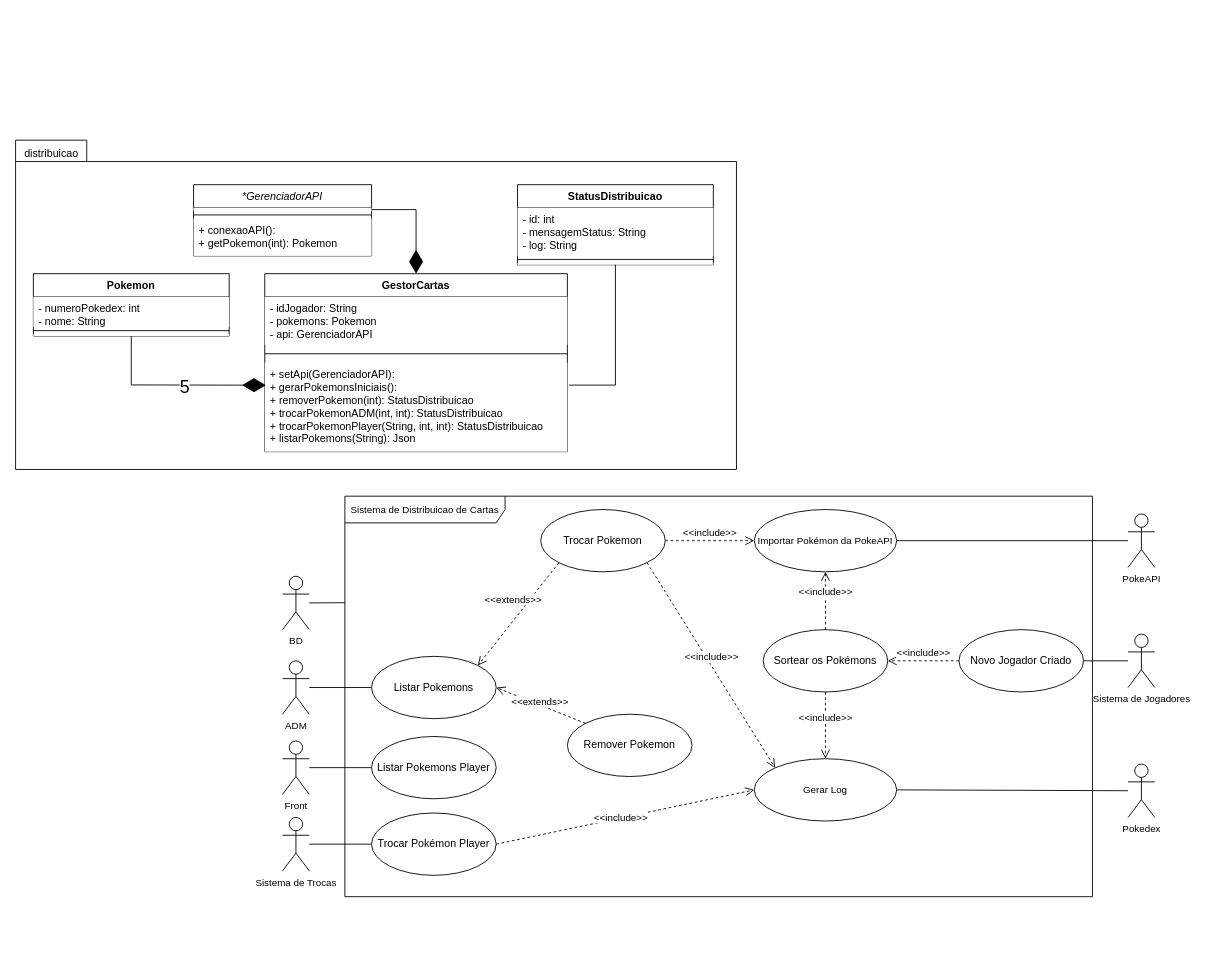
Inatel-S03-2025-2/distribuicao-de-cartas keeps this draw.io diagram as documentacao/UML/UML_tema_2.drawio. Above is the earlier version. Source tidied: cells renumbered, new cells numbered last; positions are measured from the earlier drawing's top-left corner, leaving out a move shared by most shapes. Both pictures are drawn from the tidied source at 89%, with x=0, y=0 at pixel (15, 140).
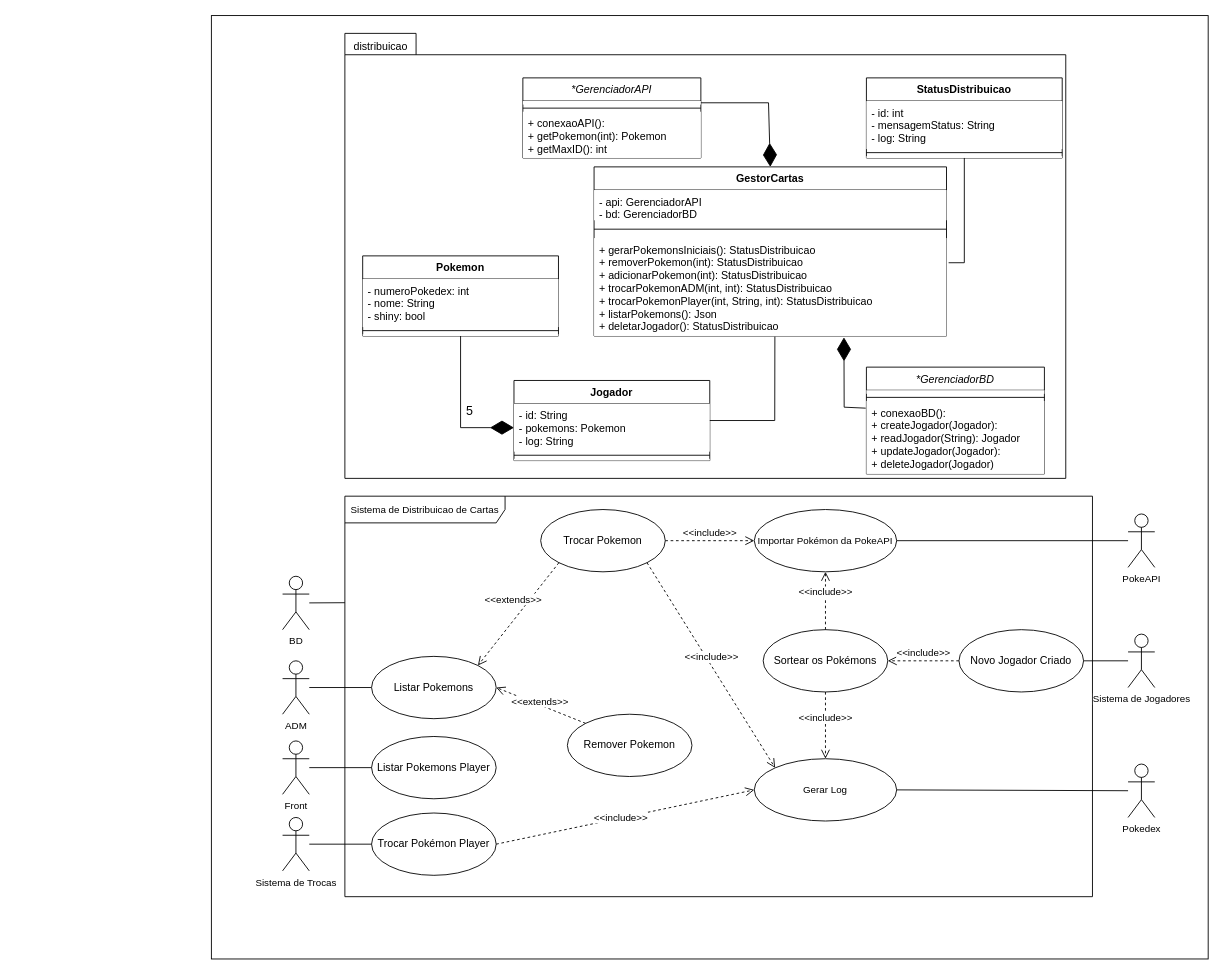
The same page after the edit.

What changed in the source:
```diff
@@
+    <mxCell id="56" style="rounded=0;whiteSpace=wrap;html=1;" parent="1" vertex="1">
+      <mxGeometry x="220" y="-140" width="1120" height="1060" as="geometry" />
+    </mxCell>
@@
-    <mxCell id="3" style="shape=folder;fontStyle=1;spacingTop=10;tabWidth=80;tabHeight=24;tabPosition=left;html=1;whiteSpace=wrap;" parent="1" vertex="1">
-      <mxGeometry width="810" height="370" as="geometry" />
-    </mxCell>
@@
-    <mxCell id="24" value="GestorCartas" style="swimlane;fontStyle=1;align=center;verticalAlign=top;horizontal=1;startSize=26;whiteSpace=wrap;html=1;" parent="1" vertex="1">
-      <mxGeometry x="280" y="150" width="340" height="200" as="geometry" />
-    </mxCell>
-    <mxCell id="25" value="&lt;div&gt;- idJogador: String&lt;/div&gt;- pokemons: Pokemon&lt;div&gt;- api: GerenciadorAPI&lt;/div&gt;" style="text;align=left;verticalAlign=top;spacingLeft=4;spacingRight=4;overflow=hidden;whiteSpace=wrap;html=1;fillColor=default;" parent="24" vertex="1">
-      <mxGeometry y="26" width="340" height="54" as="geometry" />
-    </mxCell>
-    <mxCell id="26" style="line;strokeWidth=1;fillColor=none;align=left;verticalAlign=middle;spacingTop=-1;spacingLeft=3;spacingRight=3;labelPosition=right;strokeColor=inherit;" parent="24" vertex="1">
-      <mxGeometry y="80" width="340" height="20" as="geometry" />
-    </mxCell>
-    <mxCell id="27" value="+ setApi(GerenciadorAPI):&lt;br&gt;+ gerarPokemonsIniciais():&lt;br&gt;&lt;div&gt;&lt;span style=&quot;background-color: transparent; color: light-dark(rgb(0, 0, 0), rgb(255, 255, 255));&quot;&gt;+&lt;/span&gt;&lt;span style=&quot;background-color: transparent; color: light-dark(rgb(0, 0, 0), rgb(255, 255, 255));&quot;&gt;&amp;nbsp;&lt;/span&gt;removerPokemon(int): StatusDistribuicao&lt;/div&gt;&lt;div&gt;&lt;span style=&quot;background-color: transparent; color: light-dark(rgb(0, 0, 0), rgb(255, 255, 255));&quot;&gt;+&lt;/span&gt;&lt;span style=&quot;background-color: transparent; color: light-dark(rgb(0, 0, 0), rgb(255, 255, 255));&quot;&gt;&amp;nbsp;&lt;/span&gt;trocarPokemonADM(int, int):&amp;nbsp;&lt;span style=&quot;background-color: transparent; color: light-dark(rgb(0, 0, 0), rgb(255, 255, 255));&quot;&gt;StatusDistribuicao&lt;/span&gt;&lt;/div&gt;&lt;div&gt;&lt;span style=&quot;background-color: transparent; color: light-dark(rgb(0, 0, 0), rgb(255, 255, 255));&quot;&gt;+&lt;/span&gt;&lt;span style=&quot;background-color: transparent; color: light-dark(rgb(0, 0, 0), rgb(255, 255, 255));&quot;&gt;&amp;nbsp;&lt;/span&gt;trocarPokemonPlayer(String, int, int):&amp;nbsp;&lt;span style=&quot;background-color: transparent; color: light-dark(rgb(0, 0, 0), rgb(255, 255, 255));&quot;&gt;StatusDistribuicao&lt;/span&gt;&lt;/div&gt;&lt;div&gt;&lt;span style=&quot;background-color: transparent; color: light-dark(rgb(0, 0, 0), rgb(255, 255, 255));&quot;&gt;+&lt;/span&gt;&lt;span style=&quot;background-color: transparent; color: light-dark(rgb(0, 0, 0), rgb(255, 255, 255));&quot;&gt;&amp;nbsp;&lt;/span&gt;&lt;span style=&quot;background-color: transparent; color: light-dark(rgb(0, 0, 0), rgb(255, 255, 255));&quot;&gt;listarPokemons(String): Json&lt;/span&gt;&lt;/div&gt;&lt;div&gt;&lt;br&gt;&lt;/div&gt;" style="text;align=left;verticalAlign=top;spacingLeft=4;spacingRight=4;overflow=hidden;points=[[0,0.5],[1,0.5]];portConstraint=eastwest;whiteSpace=wrap;html=1;fillColor=default;" parent="24" vertex="1">
-      <mxGeometry y="100" width="340" height="100" as="geometry" />
-    </mxCell>
-    <mxCell id="28" value="&lt;span style=&quot;font-weight: 400;&quot;&gt;&lt;i&gt;*GerenciadorAPI&lt;/i&gt;&lt;/span&gt;" style="swimlane;fontStyle=1;align=center;verticalAlign=top;horizontal=1;startSize=26;whiteSpace=wrap;html=1;" parent="1" vertex="1">
-      <mxGeometry x="200" y="50" width="200" height="80" as="geometry" />
-    </mxCell>
-    <mxCell id="29" style="text;align=left;verticalAlign=top;spacingLeft=4;spacingRight=4;overflow=hidden;points=[[0,0.5],[1,0.5]];portConstraint=eastwest;whiteSpace=wrap;html=1;fillColor=default;" parent="28" vertex="1">
-      <mxGeometry y="26" width="200" height="4" as="geometry" />
-    </mxCell>
-    <mxCell id="30" style="line;strokeWidth=1;fillColor=none;align=left;verticalAlign=middle;spacingTop=-1;spacingLeft=3;spacingRight=3;labelPosition=right;strokeColor=inherit;" parent="28" vertex="1">
-      <mxGeometry y="30" width="200" height="8" as="geometry" />
-    </mxCell>
-    <mxCell id="31" value="+&amp;nbsp;conexaoAPI():&lt;br&gt;&lt;div&gt;&lt;span style=&quot;background-color: transparent; color: light-dark(rgb(0, 0, 0), rgb(255, 255, 255));&quot;&gt;+&lt;/span&gt;&lt;span style=&quot;background-color: transparent; color: light-dark(rgb(0, 0, 0), rgb(255, 255, 255));&quot;&gt;&amp;nbsp;&lt;/span&gt;getPokemon(int): Pokemon&lt;/div&gt;&lt;div&gt;&lt;br&gt;&lt;/div&gt;" style="text;align=left;verticalAlign=top;spacingLeft=4;spacingRight=4;overflow=hidden;whiteSpace=wrap;html=1;fillColor=default;" parent="28" vertex="1">
-      <mxGeometry y="38" width="200" height="42" as="geometry" />
-    </mxCell>
-    <mxCell id="32" value="distribuicao" style="text;html=1;align=center;verticalAlign=middle;strokeColor=none;fillColor=none;" parent="1" vertex="1">
-      <mxGeometry width="80" height="30" as="geometry" />
-    </mxCell>
-    <mxCell id="33" value="StatusDistribuicao" style="swimlane;fontStyle=1;align=center;verticalAlign=top;horizontal=1;startSize=26;whiteSpace=wrap;html=1;" parent="1" vertex="1">
-      <mxGeometry x="564" y="50" width="220" height="90" as="geometry" />
-    </mxCell>
-    <mxCell id="34" value="- id: int&lt;div&gt;- mensagemStatus: String&lt;/div&gt;&lt;div&gt;- log: String&lt;/div&gt;" style="text;align=left;verticalAlign=top;spacingLeft=4;spacingRight=4;overflow=hidden;whiteSpace=wrap;html=1;fillColor=default;" parent="33" vertex="1">
-      <mxGeometry y="26" width="220" height="54" as="geometry" />
-    </mxCell>
-    <mxCell id="35" style="line;strokeWidth=1;fillColor=none;align=left;verticalAlign=middle;spacingTop=-1;spacingLeft=3;spacingRight=3;labelPosition=right;strokeColor=inherit;" parent="33" vertex="1">
-      <mxGeometry y="80" width="220" height="8" as="geometry" />
-    </mxCell>
-    <mxCell id="36" value="&lt;div&gt;&lt;br&gt;&lt;/div&gt;" style="text;align=left;verticalAlign=top;spacingLeft=4;spacingRight=4;overflow=hidden;whiteSpace=wrap;html=1;fillColor=default;" parent="33" vertex="1">
-      <mxGeometry y="88" width="220" height="2" as="geometry" />
-    </mxCell>
@@
-    <mxCell id="48" style="endArrow=diamondThin;endFill=1;endSize=24;html=1;rounded=0;exitX=0.5;exitY=1;exitDx=0;exitDy=0;entryX=0.004;entryY=0.253;entryDx=0;entryDy=0;entryPerimeter=0;" parent="1" edge="1" source="50" target="27">
-      <mxGeometry relative="1" as="geometry">
-        <Array as="points">
-          <mxPoint x="130" y="275" />
-        </Array>
-      </mxGeometry>
-    </mxCell>
+    <mxCell id="57" style="shape=folder;fontStyle=1;spacingTop=10;tabWidth=80;tabHeight=24;tabPosition=left;html=1;whiteSpace=wrap;" parent="1" vertex="1">
+      <mxGeometry x="370" y="-120" width="810" height="500" as="geometry" />
+    </mxCell>
+    <mxCell id="24" value="GestorCartas" style="swimlane;fontStyle=1;align=center;verticalAlign=top;horizontal=1;startSize=26;whiteSpace=wrap;html=1;" parent="1" vertex="1">
+      <mxGeometry x="650" y="30" width="396" height="190" as="geometry" />
+    </mxCell>
+    <mxCell id="58" value="&lt;div&gt;&lt;span style=&quot;background-color: transparent; color: light-dark(rgb(0, 0, 0), rgb(255, 255, 255));&quot;&gt;- api: GerenciadorAPI&lt;/span&gt;&lt;/div&gt;&lt;div&gt;&lt;span&gt;- bd: GerenciadorBD&lt;/span&gt;&lt;/div&gt;" style="text;align=left;verticalAlign=top;spacingLeft=4;spacingRight=4;overflow=hidden;whiteSpace=wrap;html=1;fillColor=default;fontStyle=0;" parent="24" vertex="1">
+      <mxGeometry y="26" width="396" height="34" as="geometry" />
+    </mxCell>
+    <mxCell id="59" style="line;strokeWidth=1;fillColor=none;align=left;verticalAlign=middle;spacingTop=-1;spacingLeft=3;spacingRight=3;labelPosition=right;strokeColor=inherit;" parent="24" vertex="1">
+      <mxGeometry y="60" width="396" height="20" as="geometry" />
+    </mxCell>
+    <mxCell id="60" value="+ gerarPokemonsIniciais(): &lt;span&gt;StatusDistribuicao&lt;/span&gt;&lt;br&gt;&lt;div&gt;&lt;span style=&quot;background-color: transparent; color: light-dark(rgb(0, 0, 0), rgb(255, 255, 255));&quot;&gt;+&lt;/span&gt;&lt;span style=&quot;background-color: transparent; color: light-dark(rgb(0, 0, 0), rgb(255, 255, 255));&quot;&gt;&amp;nbsp;&lt;/span&gt;removerPokemon(&lt;span style=&quot;background-color: transparent; color: light-dark(rgb(0, 0, 0), rgb(255, 255, 255));&quot;&gt;int): StatusDistribuicao&lt;/span&gt;&lt;/div&gt;&lt;div&gt;&lt;span&gt;+ adicionarPokemon(&lt;/span&gt;&lt;span style=&quot;background-color: transparent; color: light-dark(rgb(0, 0, 0), rgb(255, 255, 255));&quot;&gt;int):&amp;nbsp;&lt;span style=&quot;background-color: transparent; color: light-dark(rgb(0, 0, 0), rgb(255, 255, 255));&quot;&gt;StatusDistribuicao&lt;/span&gt;&lt;/span&gt;&lt;/div&gt;&lt;div&gt;&lt;span style=&quot;background-color: transparent; color: light-dark(rgb(0, 0, 0), rgb(255, 255, 255));&quot;&gt;+&lt;/span&gt;&lt;span style=&quot;background-color: transparent; color: light-dark(rgb(0, 0, 0), rgb(255, 255, 255));&quot;&gt;&amp;nbsp;&lt;/span&gt;trocarPokemonADM(&lt;span style=&quot;background-color: transparent; color: light-dark(rgb(0, 0, 0), rgb(255, 255, 255));&quot;&gt;int, int):&amp;nbsp;&lt;/span&gt;&lt;span style=&quot;background-color: transparent; color: light-dark(rgb(0, 0, 0), rgb(255, 255, 255));&quot;&gt;StatusDistribuicao&lt;/span&gt;&lt;/div&gt;&lt;div&gt;&lt;span style=&quot;background-color: transparent; color: light-dark(rgb(0, 0, 0), rgb(255, 255, 255));&quot;&gt;+&lt;/span&gt;&lt;span style=&quot;background-color: transparent; color: light-dark(rgb(0, 0, 0), rgb(255, 255, 255));&quot;&gt;&amp;nbsp;&lt;/span&gt;trocarPokemonPlayer(int,&amp;nbsp;&lt;span style=&quot;background-color: transparent; color: light-dark(rgb(0, 0, 0), rgb(255, 255, 255));&quot;&gt;&lt;span&gt;String&lt;/span&gt;,&amp;nbsp;&lt;/span&gt;&lt;span style=&quot;background-color: transparent; color: light-dark(rgb(0, 0, 0), rgb(255, 255, 255));&quot;&gt;int):&amp;nbsp;&lt;/span&gt;&lt;span style=&quot;background-color: transparent; color: light-dark(rgb(0, 0, 0), rgb(255, 255, 255));&quot;&gt;StatusDistribuicao&lt;/span&gt;&lt;/div&gt;&lt;div&gt;&lt;span style=&quot;background-color: transparent; color: light-dark(rgb(0, 0, 0), rgb(255, 255, 255));&quot;&gt;+&lt;/span&gt;&lt;span style=&quot;background-color: transparent; color: light-dark(rgb(0, 0, 0), rgb(255, 255, 255));&quot;&gt;&amp;nbsp;&lt;/span&gt;&lt;span style=&quot;background-color: transparent; color: light-dark(rgb(0, 0, 0), rgb(255, 255, 255));&quot;&gt;listarPokemons(): Json&lt;br&gt;+ deletarJogador(): StatusDistribuicao&lt;/span&gt;&lt;/div&gt;&lt;div&gt;&lt;br&gt;&lt;/div&gt;" style="text;align=left;verticalAlign=top;spacingLeft=4;spacingRight=4;overflow=hidden;points=[[0,0.5],[1,0.5]];portConstraint=eastwest;whiteSpace=wrap;html=1;fillColor=default;fontStyle=0;" parent="24" vertex="1">
+      <mxGeometry y="80" width="396" height="110" as="geometry" />
+    </mxCell>
+    <mxCell id="28" value="&lt;span style=&quot;font-weight: 400;&quot;&gt;&lt;i&gt;*GerenciadorAPI&lt;/i&gt;&lt;/span&gt;" style="swimlane;fontStyle=1;align=center;verticalAlign=top;horizontal=1;startSize=26;whiteSpace=wrap;html=1;" parent="1" vertex="1">
+      <mxGeometry x="570" y="-70" width="200" height="90" as="geometry" />
+    </mxCell>
+    <mxCell id="61" style="text;align=left;verticalAlign=top;spacingLeft=4;spacingRight=4;overflow=hidden;points=[[0,0.5],[1,0.5]];portConstraint=eastwest;whiteSpace=wrap;html=1;fillColor=default;" parent="28" vertex="1">
+      <mxGeometry y="26" width="200" height="4" as="geometry" />
+    </mxCell>
+    <mxCell id="62" style="line;strokeWidth=1;fillColor=none;align=left;verticalAlign=middle;spacingTop=-1;spacingLeft=3;spacingRight=3;labelPosition=right;strokeColor=inherit;" parent="28" vertex="1">
+      <mxGeometry y="30" width="200" height="8" as="geometry" />
+    </mxCell>
+    <mxCell id="63" value="+&amp;nbsp;conexaoAPI():&lt;br&gt;&lt;div&gt;&lt;span style=&quot;background-color: transparent; color: light-dark(rgb(0, 0, 0), rgb(255, 255, 255));&quot;&gt;+&lt;/span&gt;&lt;span style=&quot;background-color: transparent; color: light-dark(rgb(0, 0, 0), rgb(255, 255, 255));&quot;&gt;&amp;nbsp;&lt;/span&gt;getPokemon(int): Pokemon&lt;/div&gt;&lt;div&gt;&lt;span&gt;+ getMaxID(): int&lt;/span&gt;&lt;/div&gt;" style="text;align=left;verticalAlign=top;spacingLeft=4;spacingRight=4;overflow=hidden;whiteSpace=wrap;html=1;fillColor=default;fontStyle=0;" parent="28" vertex="1">
+      <mxGeometry y="38" width="200" height="52" as="geometry" />
+    </mxCell>
+    <mxCell id="32" value="distribuicao" style="text;html=1;align=center;verticalAlign=middle;strokeColor=none;fillColor=none;" parent="1" vertex="1">
+      <mxGeometry x="370" y="-120" width="80" height="30" as="geometry" />
+    </mxCell>
+    <mxCell id="33" value="StatusDistribuicao" style="swimlane;fontStyle=1;align=center;verticalAlign=top;horizontal=1;startSize=26;whiteSpace=wrap;html=1;" parent="1" vertex="1">
+      <mxGeometry x="956" y="-70" width="220" height="90" as="geometry" />
+    </mxCell>
+    <mxCell id="34" value="- id: int&lt;div&gt;- mensagemStatus: String&lt;/div&gt;&lt;div&gt;- log: String&lt;/div&gt;" style="text;align=left;verticalAlign=top;spacingLeft=4;spacingRight=4;overflow=hidden;whiteSpace=wrap;html=1;fillColor=default;" parent="33" vertex="1">
+      <mxGeometry y="26" width="220" height="54" as="geometry" />
+    </mxCell>
+    <mxCell id="64" style="line;strokeWidth=1;fillColor=none;align=left;verticalAlign=middle;spacingTop=-1;spacingLeft=3;spacingRight=3;labelPosition=right;strokeColor=inherit;" parent="33" vertex="1">
+      <mxGeometry y="80" width="220" height="8" as="geometry" />
+    </mxCell>
+    <mxCell id="65" value="&lt;div&gt;&lt;br&gt;&lt;/div&gt;" style="text;align=left;verticalAlign=top;spacingLeft=4;spacingRight=4;overflow=hidden;whiteSpace=wrap;html=1;fillColor=default;" parent="33" vertex="1">
+      <mxGeometry y="88" width="220" height="2" as="geometry" />
+    </mxCell>
+    <mxCell id="66" style="endArrow=diamondThin;endFill=1;endSize=24;html=1;rounded=0;exitX=0.5;exitY=1;exitDx=0;exitDy=0;entryX=0;entryY=0.5;entryDx=0;entryDy=0;" parent="1" edge="1" source="50" target="73">
+      <mxGeometry relative="1" as="geometry">
+        <Array as="points">
+          <mxPoint x="500" y="323" />
+        </Array>
+      </mxGeometry>
+    </mxCell>
-    <mxCell id="49" value="5" style="edgeLabel;html=1;align=center;verticalAlign=middle;fontSize=20;" parent="48" vertex="1">
+    <mxCell id="49" value="5" style="edgeLabel;html=1;align=center;verticalAlign=middle;fontSize=14;" parent="66" vertex="1">
       <mxGeometry x="0.02" y="-1" relative="1" as="geometry">
         <mxPoint x="10" as="offset" />
       </mxGeometry>
     </mxCell>
     <mxCell id="50" value="Pokemon" style="swimlane;fontStyle=1;align=center;verticalAlign=top;horizontal=1;startSize=26;whiteSpace=wrap;html=1;" parent="1" vertex="1">
-      <mxGeometry x="20" y="150" width="220" height="70" as="geometry" />
+      <mxGeometry x="390" y="130" width="220" height="90" as="geometry" />
     </mxCell>
-    <mxCell id="51" value="- numeroPokedex: int&lt;div&gt;- nome: String&lt;/div&gt;" style="text;align=left;verticalAlign=top;spacingLeft=4;spacingRight=4;overflow=hidden;whiteSpace=wrap;html=1;fillColor=default;" parent="50" vertex="1">
-      <mxGeometry y="26" width="220" height="34" as="geometry" />
-    </mxCell>
-    <mxCell id="52" style="line;strokeWidth=1;fillColor=none;align=left;verticalAlign=middle;spacingTop=-1;spacingLeft=3;spacingRight=3;labelPosition=right;strokeColor=inherit;" parent="50" vertex="1">
-      <mxGeometry y="60" width="220" height="8" as="geometry" />
-    </mxCell>
-    <mxCell id="53" value="&lt;div&gt;&lt;br&gt;&lt;/div&gt;" style="text;align=left;verticalAlign=top;spacingLeft=4;spacingRight=4;overflow=hidden;whiteSpace=wrap;html=1;fillColor=default;" parent="50" vertex="1">
-      <mxGeometry y="68" width="220" height="2" as="geometry" />
-    </mxCell>
-    <mxCell id="54" style="endArrow=diamondThin;endFill=1;endSize=24;html=1;rounded=0;entryX=0.5;entryY=0;entryDx=0;entryDy=0;exitX=1;exitY=0.5;exitDx=0;exitDy=0;" parent="1" edge="1" source="29" target="24">
-      <mxGeometry relative="1" as="geometry">
-        <Array as="points">
-          <mxPoint x="450" y="78" />
-        </Array>
-      </mxGeometry>
-    </mxCell>
-    <mxCell id="55" style="edgeStyle=orthogonalEdgeStyle;rounded=0;jettySize=auto;html=1;exitX=0.5;exitY=1;exitDx=0;exitDy=0;entryX=1.006;entryY=0.252;entryDx=0;entryDy=0;entryPerimeter=0;endArrow=none;startFill=0;" parent="1" edge="1" source="33" target="27">
-      <mxGeometry relative="1" as="geometry" />
-    </mxCell>
+    <mxCell id="67" value="- numeroPokedex: int&lt;div&gt;- nome: String&lt;/div&gt;&lt;div&gt;&lt;span&gt;- shiny: bool&lt;/span&gt;&lt;/div&gt;" style="text;align=left;verticalAlign=top;spacingLeft=4;spacingRight=4;overflow=hidden;whiteSpace=wrap;html=1;fillColor=default;fontStyle=0;" parent="50" vertex="1">
+      <mxGeometry y="26" width="220" height="54" as="geometry" />
+    </mxCell>
+    <mxCell id="68" style="line;strokeWidth=1;fillColor=none;align=left;verticalAlign=middle;spacingTop=-1;spacingLeft=3;spacingRight=3;labelPosition=right;strokeColor=inherit;" parent="50" vertex="1">
+      <mxGeometry y="80" width="220" height="8" as="geometry" />
+    </mxCell>
+    <mxCell id="69" value="&lt;div&gt;&lt;br&gt;&lt;/div&gt;" style="text;align=left;verticalAlign=top;spacingLeft=4;spacingRight=4;overflow=hidden;whiteSpace=wrap;html=1;fillColor=default;" parent="50" vertex="1">
+      <mxGeometry y="88" width="220" height="2" as="geometry" />
+    </mxCell>
+    <mxCell id="70" style="endArrow=diamondThin;endFill=1;endSize=24;html=1;rounded=0;entryX=0.5;entryY=0;entryDx=0;entryDy=0;exitX=1;exitY=0.5;exitDx=0;exitDy=0;" parent="1" edge="1" source="61" target="24">
+      <mxGeometry relative="1" as="geometry">
+        <Array as="points">
+          <mxPoint x="846" y="-42" />
+        </Array>
+      </mxGeometry>
+    </mxCell>
+    <mxCell id="71" style="edgeStyle=orthogonalEdgeStyle;rounded=0;jettySize=auto;html=1;exitX=0.5;exitY=1;exitDx=0;exitDy=0;entryX=1.006;entryY=0.252;entryDx=0;entryDy=0;entryPerimeter=0;endArrow=none;startFill=0;" parent="1" edge="1" source="33" target="60">
+      <mxGeometry relative="1" as="geometry" />
+    </mxCell>
+    <mxCell id="72" value="Jogador" style="swimlane;fontStyle=1;align=center;verticalAlign=top;horizontal=1;startSize=26;whiteSpace=wrap;html=1;" parent="1" vertex="1">
+      <mxGeometry x="560" y="270" width="220" height="90" as="geometry" />
+    </mxCell>
+    <mxCell id="73" value="- id: String&lt;div&gt;- pokemons: Pokemon&lt;/div&gt;&lt;div&gt;- log: String&lt;/div&gt;" style="text;align=left;verticalAlign=top;spacingLeft=4;spacingRight=4;overflow=hidden;points=[[0,0.5],[1,0.5]];portConstraint=eastwest;whiteSpace=wrap;html=1;fillColor=default;fontStyle=0;" parent="72" vertex="1">
+      <mxGeometry y="26" width="220" height="54" as="geometry" />
+    </mxCell>
+    <mxCell id="74" style="line;strokeWidth=1;fillColor=none;align=left;verticalAlign=middle;spacingTop=-1;spacingLeft=3;spacingRight=3;labelPosition=right;strokeColor=inherit;" parent="72" vertex="1">
+      <mxGeometry y="80" width="220" height="8" as="geometry" />
+    </mxCell>
+    <mxCell id="75" value="&lt;div&gt;&lt;br&gt;&lt;/div&gt;" style="text;align=left;verticalAlign=top;spacingLeft=4;spacingRight=4;overflow=hidden;whiteSpace=wrap;html=1;fillColor=default;" parent="72" vertex="1">
+      <mxGeometry y="88" width="220" height="2" as="geometry" />
+    </mxCell>
+    <mxCell id="76" style="endArrow=none;endFill=0;endSize=24;html=1;rounded=0;exitX=1;exitY=0.5;exitDx=0;exitDy=0;entryX=0.513;entryY=1.007;entryDx=0;entryDy=0;entryPerimeter=0;startFill=0;" parent="1" edge="1" source="72" target="60">
+      <mxGeometry relative="1" as="geometry">
+        <Array as="points">
+          <mxPoint x="853" y="315" />
+        </Array>
+      </mxGeometry>
+    </mxCell>
+    <mxCell id="77" value="&lt;span style=&quot;font-weight: 400;&quot;&gt;&lt;i&gt;*GerenciadorBD&lt;/i&gt;&lt;/span&gt;" style="swimlane;fontStyle=1;align=center;verticalAlign=top;horizontal=1;startSize=26;whiteSpace=wrap;html=1;" parent="1" vertex="1">
+      <mxGeometry x="956" y="255" width="200" height="120" as="geometry" />
+    </mxCell>
+    <mxCell id="78" style="text;align=left;verticalAlign=top;spacingLeft=4;spacingRight=4;overflow=hidden;whiteSpace=wrap;html=1;fillColor=default;" parent="77" vertex="1">
+      <mxGeometry y="26" width="200" height="4" as="geometry" />
+    </mxCell>
+    <mxCell id="79" style="line;strokeWidth=1;fillColor=none;align=left;verticalAlign=middle;spacingTop=-1;spacingLeft=3;spacingRight=3;labelPosition=right;strokeColor=inherit;" parent="77" vertex="1">
+      <mxGeometry y="30" width="200" height="8" as="geometry" />
+    </mxCell>
+    <mxCell id="80" value="&lt;span&gt;+&amp;nbsp;conexaoBD():&lt;/span&gt;&lt;div&gt;&lt;span&gt;+ createJogador(Jogador):&lt;/span&gt;&lt;/div&gt;&lt;div&gt;&lt;span style=&quot;color: light-dark(rgb(0, 0, 0), rgb(255, 255, 255)); background-color: transparent;&quot;&gt;+&lt;/span&gt;&lt;span style=&quot;color: light-dark(rgb(0, 0, 0), rgb(255, 255, 255)); background-color: transparent;&quot;&gt;&amp;nbsp;read&lt;/span&gt;Jogador(String): Jogador&lt;span&gt;&lt;/span&gt;&lt;/div&gt;&lt;div&gt;&lt;span&gt;+ updateJogador(&lt;/span&gt;&lt;span style=&quot;background-color: transparent; color: light-dark(rgb(0, 0, 0), rgb(255, 255, 255));&quot;&gt;Jogador&lt;/span&gt;&lt;span style=&quot;background-color: transparent; color: light-dark(rgb(0, 0, 0), rgb(255, 255, 255));&quot;&gt;):&lt;/span&gt;&lt;/div&gt;&lt;div&gt;&lt;span style=&quot;background-color: transparent; color: light-dark(rgb(0, 0, 0), rgb(255, 255, 255));&quot;&gt;+ deleteJogador(Jogador)&lt;/span&gt;&lt;/div&gt;&lt;div&gt;&lt;br&gt;&lt;/div&gt;" style="text;align=left;verticalAlign=top;spacingLeft=4;spacingRight=4;overflow=hidden;points=[[0,0.5],[1,0.5]];portConstraint=eastwest;whiteSpace=wrap;html=1;fillColor=default;fontStyle=0;" parent="77" vertex="1">
+      <mxGeometry y="38" width="200" height="82" as="geometry" />
+    </mxCell>
+    <mxCell id="81" style="endArrow=diamondThin;endFill=1;endSize=24;html=1;rounded=0;entryX=0.709;entryY=1.014;entryDx=0;entryDy=0;exitX=-0.004;exitY=0.099;exitDx=0;exitDy=0;entryPerimeter=0;exitPerimeter=0;" parent="1" edge="1" source="80" target="60">
+      <mxGeometry relative="1" as="geometry">
+        <Array as="points">
+          <mxPoint x="931" y="300" />
+        </Array>
+      </mxGeometry>
+    </mxCell>
```
